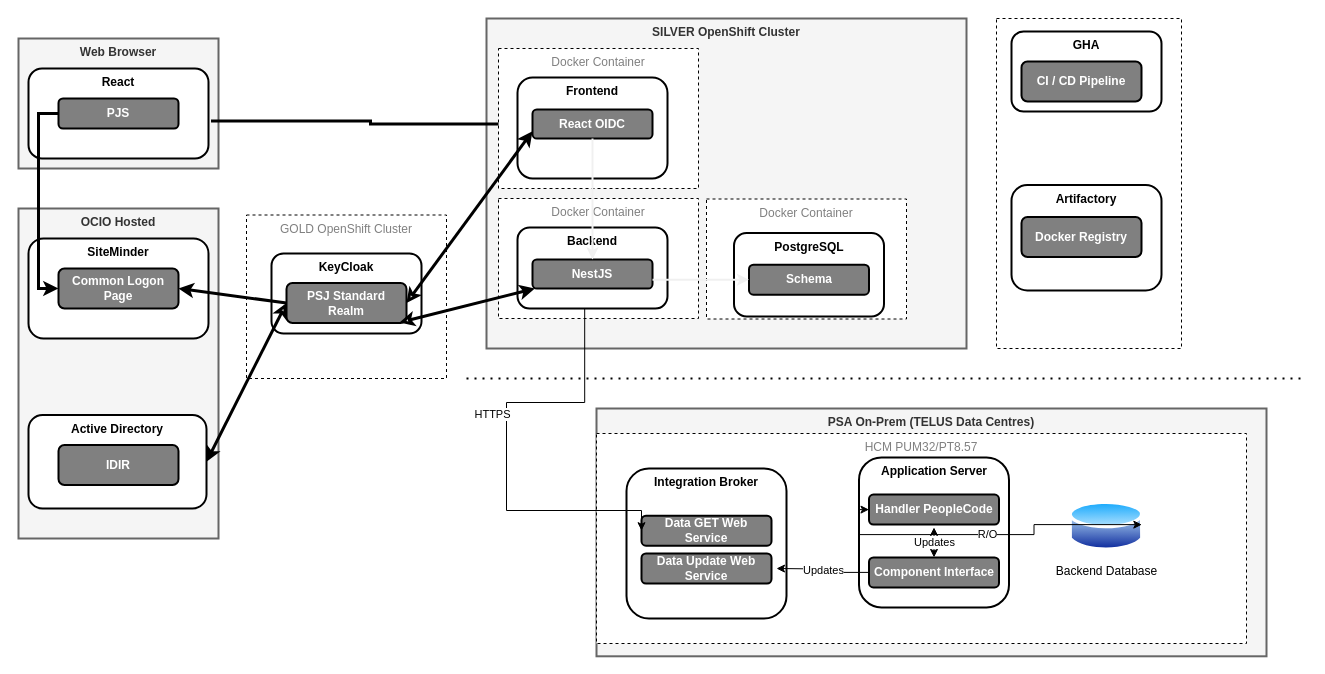
This is page "Current State (2023)" (1 of 3) of docs/architecture/architecture.drawio from bcgov/psa-job-store, a draw.io file, before an edit. Source tidied: cells renumbered, new cells numbered last; positions are measured from the earlier drawing's top-left corner, leaving out a move shared by most shapes. Both pictures are drawn from the tidied source at 100%, with x=0, y=0 at pixel (18, 18).
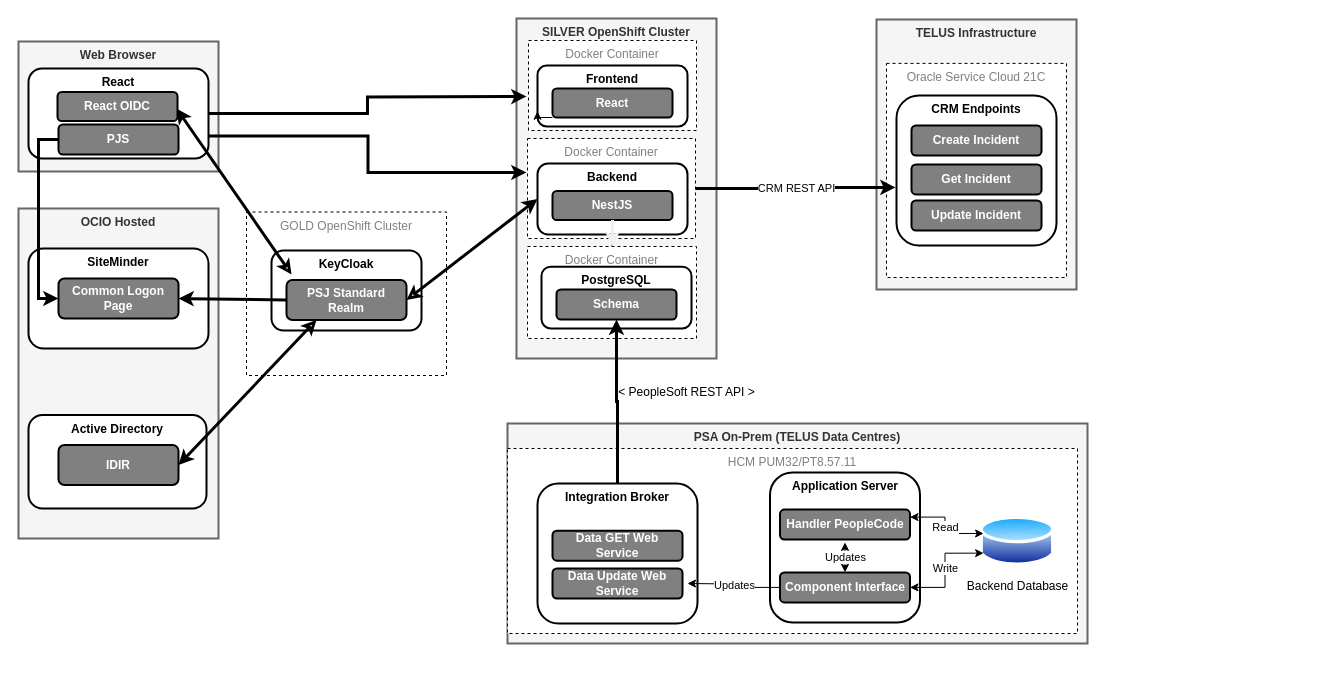
The same page after the edit.

Unchanged cells that the change refers to:
```xml
<mxCell id="4" value="React" style="rounded=1;whiteSpace=wrap;html=1;strokeWidth=2;verticalAlign=top;fontStyle=1;" parent="1" vertex="1">
  <mxGeometry x="10" y="50" width="180" height="90" as="geometry" />
</mxCell>
<mxCell id="17" value="Active Directory" style="rounded=1;whiteSpace=wrap;html=1;strokeWidth=2;verticalAlign=top;fontStyle=1;" parent="1" vertex="1">
  <mxGeometry x="10" y="396.5" width="178" height="93.5" as="geometry" />
</mxCell>
<mxCell id="18" value="IDIR" style="rounded=1;whiteSpace=wrap;html=1;strokeWidth=2;fillColor=#808080;fontColor=#FFFFFF;fontStyle=1;" parent="1" vertex="1">
  <mxGeometry x="40" y="426.5" width="120" height="40" as="geometry" />
</mxCell>
```

Diff of the diagram source:
```diff
@@
-    <mxCell id="2" style="rounded=0;whiteSpace=wrap;html=1;strokeWidth=1;fillColor=#FFFFFF;fontColor=#808080;dashed=1;verticalAlign=top;" parent="1" vertex="1">
-      <mxGeometry x="978" width="185" height="330" as="geometry" />
-    </mxCell>
+    <mxCell id="51" value="TELUS Infrastructure" style="rounded=0;whiteSpace=wrap;html=1;verticalAlign=top;fillColor=#f5f5f5;strokeColor=#666666;fontColor=#333333;strokeWidth=2;fontStyle=1;" parent="1" vertex="1">
+      <mxGeometry x="858" y="1" width="200" height="270" as="geometry" />
+    </mxCell>
     <mxCell id="3" value="Web Browser" style="rounded=0;whiteSpace=wrap;html=1;verticalAlign=top;fillColor=#f5f5f5;strokeColor=#666666;fontColor=#333333;strokeWidth=2;fontStyle=1;" parent="1" vertex="1">
-      <mxGeometry y="20" width="200" height="130" as="geometry" />
+      <mxGeometry y="23" width="200" height="130" as="geometry" />
     </mxCell>
@@
     <mxCell id="5" value="PJS" style="rounded=1;whiteSpace=wrap;html=1;strokeWidth=2;fillColor=#808080;fontColor=#FFFFFF;fontStyle=1;" parent="1" vertex="1">
-      <mxGeometry x="40" y="80" width="120" height="30" as="geometry" />
+      <mxGeometry x="40" y="106" width="120" height="30" as="geometry" />
     </mxCell>
@@
     <mxCell id="7" value="SiteMinder" style="rounded=1;whiteSpace=wrap;html=1;strokeWidth=2;verticalAlign=top;fontStyle=1;" parent="1" vertex="1">
-      <mxGeometry x="10" y="220" width="180" height="100" as="geometry" />
+      <mxGeometry x="10" y="230" width="180" height="100" as="geometry" />
     </mxCell>
     <mxCell id="8" value="Common Logon Page" style="rounded=1;whiteSpace=wrap;html=1;strokeWidth=2;fillColor=#808080;fontColor=#FFFFFF;fontStyle=1;" parent="1" vertex="1">
-      <mxGeometry x="40" y="250" width="120" height="40" as="geometry" />
+      <mxGeometry x="40" y="260" width="120" height="40" as="geometry" />
     </mxCell>
@@
     <mxCell id="10" value="SILVER OpenShift Cluster" style="rounded=0;whiteSpace=wrap;html=1;verticalAlign=top;fillColor=#f5f5f5;strokeColor=#666666;fontColor=#333333;strokeWidth=2;fontStyle=1;" parent="1" vertex="1">
-      <mxGeometry x="468" width="480" height="330" as="geometry" />
+      <mxGeometry x="498" width="200" height="340" as="geometry" />
     </mxCell>
-    <mxCell id="11" style="edgeStyle=orthogonalEdgeStyle;rounded=0;jettySize=auto;html=1;startArrow=classic;startFill=1;endArrow=none;endFill=0;fontColor=#FFFFFF;entryX=1.014;entryY=0.583;entryDx=0;entryDy=0;strokeWidth=3;entryPerimeter=0;exitX=0;exitY=0.5;exitDx=0;exitDy=0;" parent="1" edge="1" source="23" target="4">
-      <mxGeometry relative="1" as="geometry" />
+    <mxCell id="11" style="edgeStyle=orthogonalEdgeStyle;rounded=0;jettySize=auto;html=1;startArrow=classic;startFill=1;endArrow=none;endFill=0;fontColor=#FFFFFF;strokeWidth=3;" parent="1" edge="1" target="4">
+      <mxGeometry relative="1" as="geometry">
+        <mxPoint x="508" y="78" as="sourcePoint" />
+      </mxGeometry>
     </mxCell>
     <mxCell id="12" value="GOLD OpenShift Cluster" style="rounded=0;whiteSpace=wrap;html=1;strokeWidth=1;fillColor=#FFFFFF;fontColor=#808080;dashed=1;verticalAlign=top;" parent="1" vertex="1">
-      <mxGeometry x="228" y="196.5" width="200" height="163.5" as="geometry" />
+      <mxGeometry x="228" y="193.5" width="200" height="163.5" as="geometry" />
     </mxCell>
     <mxCell id="13" value="KeyCloak" style="rounded=1;whiteSpace=wrap;html=1;strokeWidth=2;verticalAlign=top;fontStyle=1;" parent="1" vertex="1">
-      <mxGeometry x="253" y="235" width="150" height="80" as="geometry" />
+      <mxGeometry x="253" y="232" width="150" height="80" as="geometry" />
     </mxCell>
@@
     <mxCell id="15" value="PSJ Standard&lt;br&gt;Realm" style="rounded=1;whiteSpace=wrap;html=1;strokeWidth=2;fillColor=#808080;fontColor=#FFFFFF;fontStyle=1;" parent="1" vertex="1">
-      <mxGeometry x="268" y="264.5" width="120" height="40" as="geometry" />
+      <mxGeometry x="268" y="261.5" width="120" height="40" as="geometry" />
     </mxCell>
     <mxCell id="16" value="Docker Container" style="rounded=0;whiteSpace=wrap;html=1;strokeWidth=1;fillColor=#FFFFFF;fontColor=#808080;dashed=1;verticalAlign=top;" parent="1" vertex="1">
-      <mxGeometry x="480" y="30" width="200" height="140" as="geometry" />
+      <mxGeometry x="510" y="22" width="168" height="90" as="geometry" />
     </mxCell>
@@
-    <mxCell id="19" style="rounded=0;jettySize=auto;html=1;startArrow=classic;startFill=1;endArrow=classic;endFill=0;fontColor=#FFFFFF;entryX=0;entryY=0.5;entryDx=0;entryDy=0;strokeWidth=3;exitX=1;exitY=0.5;exitDx=0;exitDy=0;" parent="1" edge="1" source="17" target="15">
+    <mxCell id="19" style="rounded=0;jettySize=auto;html=1;startArrow=classic;startFill=1;endArrow=classic;endFill=0;fontColor=#FFFFFF;entryX=0.25;entryY=1;entryDx=0;entryDy=0;strokeWidth=3;exitX=1;exitY=0.5;exitDx=0;exitDy=0;" parent="1" edge="1" source="18" target="15">
       <mxGeometry relative="1" as="geometry" />
     </mxCell>
-    <mxCell id="20" value="GHA" style="rounded=1;whiteSpace=wrap;html=1;strokeWidth=2;verticalAlign=top;fontStyle=1;" parent="1" vertex="1">
-      <mxGeometry x="993" y="13" width="150" height="80" as="geometry" />
-    </mxCell>
-    <mxCell id="21" value="CI / CD Pipeline" style="rounded=1;whiteSpace=wrap;html=1;strokeWidth=2;fillColor=#808080;fontColor=#FFFFFF;fontStyle=1;" parent="1" vertex="1">
-      <mxGeometry x="1003" y="43" width="120" height="40" as="geometry" />
-    </mxCell>
     <mxCell id="22" value="Frontend" style="rounded=1;whiteSpace=wrap;html=1;strokeWidth=2;verticalAlign=top;fontStyle=1;" parent="1" vertex="1">
-      <mxGeometry x="499" y="59" width="150" height="101" as="geometry" />
+      <mxGeometry x="519" y="47" width="150" height="61" as="geometry" />
     </mxCell>
+    <mxCell id="52" style="edgeStyle=orthogonalEdgeStyle;rounded=0;jettySize=auto;html=1;exitX=0;exitY=1;exitDx=0;exitDy=0;entryX=0;entryY=0.75;entryDx=0;entryDy=0;" parent="1" edge="1" source="23" target="22">
+      <mxGeometry relative="1" as="geometry" />
+    </mxCell>
-    <mxCell id="23" value="React OIDC" style="rounded=1;whiteSpace=wrap;html=1;strokeWidth=2;fillColor=#808080;fontColor=#FFFFFF;fontStyle=1;" parent="1" vertex="1">
-      <mxGeometry x="514" y="91" width="120" height="29" as="geometry" />
+    <mxCell id="23" value="React" style="rounded=1;whiteSpace=wrap;html=1;strokeWidth=2;fillColor=#808080;fontColor=#FFFFFF;fontStyle=1;" parent="1" vertex="1">
+      <mxGeometry x="534" y="70" width="120" height="29" as="geometry" />
     </mxCell>
-    <mxCell id="24" style="rounded=0;jettySize=auto;html=1;startArrow=classic;startFill=none;endArrow=classic;endFill=0;fontColor=#FFFFFF;entryX=1;entryY=0.5;entryDx=0;entryDy=0;strokeWidth=3;exitX=0;exitY=0.75;exitDx=0;exitDy=0;" parent="1" edge="1" source="23" target="15">
+    <mxCell id="24" style="rounded=0;jettySize=auto;html=1;startArrow=classic;startFill=none;endArrow=classic;endFill=0;fontColor=#FFFFFF;entryX=0.042;entryY=-0.137;entryDx=0;entryDy=0;strokeWidth=3;exitX=0.822;exitY=0.444;exitDx=0;exitDy=0;entryPerimeter=0;exitPerimeter=0;" parent="1" edge="1" source="4" target="15">
       <mxGeometry relative="1" as="geometry" />
     </mxCell>
-    <mxCell id="25" style="edgeStyle=orthogonalEdgeStyle;rounded=0;jettySize=auto;html=1;entryX=0.5;entryY=1;entryDx=0;entryDy=0;" parent="1" edge="1" target="28">
-      <mxGeometry relative="1" as="geometry">
-        <mxPoint x="789.5" y="209.5" as="sourcePoint" />
-      </mxGeometry>
-    </mxCell>
+    <mxCell id="53" style="edgeStyle=orthogonalEdgeStyle;rounded=0;jettySize=auto;html=1;" parent="1" edge="1" source="26" target="33">
+      <mxGeometry relative="1" as="geometry" />
+    </mxCell>
     <mxCell id="26" value="Docker Container" style="rounded=0;whiteSpace=wrap;html=1;strokeWidth=1;fillColor=#FFFFFF;fontColor=#808080;dashed=1;verticalAlign=top;" parent="1" vertex="1">
-      <mxGeometry x="688" y="180.5" width="200" height="120" as="geometry" />
+      <mxGeometry x="509" y="228" width="169" height="92" as="geometry" />
     </mxCell>
     <mxCell id="27" value="PostgreSQL" style="rounded=1;whiteSpace=wrap;html=1;strokeWidth=2;verticalAlign=top;fontStyle=1;" parent="1" vertex="1">
-      <mxGeometry x="715.5" y="214.5" width="150" height="83.5" as="geometry" />
+      <mxGeometry x="523" y="248.2" width="150" height="61.8" as="geometry" />
     </mxCell>
     <mxCell id="28" value="Schema" style="rounded=1;whiteSpace=wrap;html=1;strokeWidth=2;fillColor=#808080;fontColor=#FFFFFF;fontStyle=1;" parent="1" vertex="1">
-      <mxGeometry x="730.5" y="246.2" width="120" height="30" as="geometry" />
+      <mxGeometry x="538" y="271" width="120" height="30" as="geometry" />
     </mxCell>
-    <mxCell id="29" value="Artifactory" style="rounded=1;whiteSpace=wrap;html=1;strokeWidth=2;verticalAlign=top;fontStyle=1;" parent="1" vertex="1">
-      <mxGeometry x="993" y="166.5" width="150" height="105.5" as="geometry" />
-    </mxCell>
-    <mxCell id="30" value="Docker Registry" style="rounded=1;whiteSpace=wrap;html=1;strokeWidth=2;fillColor=#808080;fontColor=#FFFFFF;fontStyle=1;" parent="1" vertex="1">
-      <mxGeometry x="1003" y="198.5" width="120" height="40" as="geometry" />
-    </mxCell>
     <mxCell id="31" value="Docker Container" style="rounded=0;whiteSpace=wrap;html=1;strokeWidth=1;fillColor=#FFFFFF;fontColor=#808080;dashed=1;verticalAlign=top;" parent="1" vertex="1">
-      <mxGeometry x="480" y="180" width="200" height="120" as="geometry" />
+      <mxGeometry x="509" y="120" width="168" height="100" as="geometry" />
     </mxCell>
     <mxCell id="32" value="Backend" style="rounded=1;whiteSpace=wrap;html=1;strokeWidth=2;verticalAlign=top;fontStyle=1;" parent="1" vertex="1">
-      <mxGeometry x="499" y="209" width="150" height="81" as="geometry" />
+      <mxGeometry x="519" y="145" width="150" height="71" as="geometry" />
     </mxCell>
     <mxCell id="33" value="NestJS" style="rounded=1;whiteSpace=wrap;html=1;strokeWidth=2;fillColor=#808080;fontColor=#FFFFFF;fontStyle=1;" parent="1" vertex="1">
-      <mxGeometry x="514" y="241" width="120" height="29" as="geometry" />
+      <mxGeometry x="534" y="172.5" width="120" height="29" as="geometry" />
     </mxCell>
-    <mxCell id="34" style="rounded=0;jettySize=auto;html=1;exitX=1;exitY=0.7;exitDx=0;exitDy=0;entryX=0;entryY=0.5;entryDx=0;entryDy=0;strokeColor=#f0f0f0;exitPerimeter=0;strokeWidth=2;startArrow=none;startFill=0;" parent="1" edge="1" source="33" target="28">
+    <mxCell id="34" style="rounded=0;jettySize=auto;html=1;exitX=0.5;exitY=1;exitDx=0;exitDy=0;strokeColor=#f0f0f0;strokeWidth=3;startArrow=none;startFill=0;" parent="1" edge="1" source="33" target="26">
       <mxGeometry relative="1" as="geometry" />
     </mxCell>
     <mxCell id="35" value="PSA On-Prem (TELUS Data Centres)" style="rounded=0;whiteSpace=wrap;html=1;verticalAlign=top;fillColor=#f5f5f5;strokeColor=#666666;fontColor=#333333;strokeWidth=2;fontStyle=1;" parent="1" vertex="1">
-      <mxGeometry x="578" y="390" width="670" height="247.8" as="geometry" />
+      <mxGeometry x="489" y="405" width="580" height="220" as="geometry" />
     </mxCell>
-    <mxCell id="36" value="HCM&amp;nbsp;PUM32/PT8.57" style="rounded=0;whiteSpace=wrap;html=1;strokeWidth=1;fillColor=#FFFFFF;fontColor=#808080;dashed=1;verticalAlign=top;" parent="1" vertex="1">
-      <mxGeometry x="578" y="415" width="650" height="210" as="geometry" />
+    <mxCell id="36" value="HCM&amp;nbsp;PUM32/PT8.57.11" style="rounded=0;whiteSpace=wrap;html=1;strokeWidth=1;fillColor=#FFFFFF;fontColor=#808080;dashed=1;verticalAlign=top;" parent="1" vertex="1">
+      <mxGeometry x="489" y="430" width="570" height="185" as="geometry" />
     </mxCell>
     <mxCell id="37" value="Application Server" style="rounded=1;whiteSpace=wrap;html=1;strokeWidth=2;verticalAlign=top;fontStyle=1;" parent="1" vertex="1">
-      <mxGeometry x="840.5" y="438.9" width="150" height="150" as="geometry" />
+      <mxGeometry x="751.5" y="453.9" width="150" height="150" as="geometry" />
     </mxCell>
     <mxCell id="38" value="Backend Database" style="image;perimeter=ellipsePerimeter;html=1;align=center;shadow=0;dashed=0;spacingTop=3;image=img/lib/active_directory/database.svg;" parent="1" vertex="1">
-      <mxGeometry x="1050.5" y="480" width="75" height="55.5" as="geometry" />
+      <mxGeometry x="961.5" y="495" width="75" height="55.5" as="geometry" />
     </mxCell>
-    <mxCell id="39" style="rounded=0;jettySize=auto;html=1;exitX=0.5;exitY=1;exitDx=0;exitDy=0;entryX=0.5;entryY=0;entryDx=0;entryDy=0;strokeColor=#f0f0f0;strokeWidth=2;startArrow=none;startFill=0;" parent="1" edge="1" source="23" target="33">
-      <mxGeometry relative="1" as="geometry" />
-    </mxCell>
     <mxCell id="40" value="Integration Broker" style="rounded=1;whiteSpace=wrap;html=1;strokeWidth=2;verticalAlign=top;fontStyle=1;" parent="1" vertex="1">
-      <mxGeometry x="608" y="450" width="160" height="150" as="geometry" />
+      <mxGeometry x="519" y="465" width="160" height="140" as="geometry" />
     </mxCell>
     <mxCell id="41" value="Handler PeopleCode" style="rounded=1;whiteSpace=wrap;html=1;strokeWidth=2;fillColor=#808080;fontColor=#FFFFFF;fontStyle=1;" parent="1" vertex="1">
-      <mxGeometry x="850.5" y="476.1" width="130" height="30" as="geometry" />
+      <mxGeometry x="761.5" y="491.1" width="130" height="30" as="geometry" />
     </mxCell>
     <mxCell id="42" value="Data GET Web Service" style="rounded=1;whiteSpace=wrap;html=1;strokeWidth=2;fillColor=#808080;fontColor=#FFFFFF;fontStyle=1;" parent="1" vertex="1">
-      <mxGeometry x="623" y="497.2" width="130" height="30" as="geometry" />
+      <mxGeometry x="534" y="512.2" width="130" height="30" as="geometry" />
     </mxCell>
-    <mxCell id="43" value="HTTPS" style="endArrow=classic;html=1;rounded=0;entryX=0;entryY=0.5;entryDx=0;entryDy=0;exitX=0.448;exitY=1.003;exitDx=0;exitDy=0;exitPerimeter=0;edgeStyle=orthogonalEdgeStyle;" parent="1" edge="1" source="32" target="42">
-      <mxGeometry x="-0.16" y="-14" relative="1" as="geometry">
-        <Array as="points">
-          <mxPoint x="566" y="384" />
-          <mxPoint x="488" y="384" />
-          <mxPoint x="488" y="492" />
-          <mxPoint x="623" y="492" />
-        </Array>
-        <mxPoint y="1" as="offset" />
-      </mxGeometry>
-    </mxCell>
     <mxCell id="44" value="Data Update Web Service" style="rounded=1;whiteSpace=wrap;html=1;strokeWidth=2;fillColor=#808080;fontColor=#FFFFFF;fontStyle=1;" parent="1" vertex="1">
-      <mxGeometry x="623" y="535" width="130" height="30" as="geometry" />
+      <mxGeometry x="534" y="550" width="130" height="30" as="geometry" />
     </mxCell>
     <mxCell id="45" value="Updates" style="edgeStyle=orthogonalEdgeStyle;rounded=0;jettySize=auto;html=1;" parent="1" edge="1" source="46">
       <mxGeometry relative="1" as="geometry">
-        <mxPoint x="758" y="550" as="targetPoint" />
+        <mxPoint x="669" y="565" as="targetPoint" />
       </mxGeometry>
     </mxCell>
     <mxCell id="46" value="Component Interface" style="rounded=1;whiteSpace=wrap;html=1;strokeWidth=2;fillColor=#808080;fontColor=#FFFFFF;fontStyle=1;" parent="1" vertex="1">
-      <mxGeometry x="850.5" y="538.9" width="130" height="30" as="geometry" />
+      <mxGeometry x="761.5" y="553.9" width="130" height="30" as="geometry" />
     </mxCell>
-    <mxCell id="47" value="R/O" style="endArrow=classic;startArrow=classic;html=1;rounded=0;entryX=0;entryY=0.5;entryDx=0;entryDy=0;exitX=0.971;exitY=0.471;exitDx=0;exitDy=0;exitPerimeter=0;edgeStyle=orthogonalEdgeStyle;" parent="1" edge="1" source="38" target="41">
+    <mxCell id="47" value="Read" style="endArrow=classic;startArrow=classic;html=1;rounded=0;entryX=1;entryY=0.25;entryDx=0;entryDy=0;exitX=0.048;exitY=0.36;exitDx=0;exitDy=0;edgeStyle=orthogonalEdgeStyle;exitPerimeter=0;" parent="1" edge="1" source="38" target="41">
       <mxGeometry relative="1" as="geometry" />
     </mxCell>
     <mxCell id="48" value="Updates" style="endArrow=classic;startArrow=classic;html=1;rounded=0;exitX=0.5;exitY=0;exitDx=0;exitDy=0;" parent="1" edge="1" source="46">
       <mxGeometry relative="1" as="geometry">
-        <mxPoint x="915.5" y="508.9" as="targetPoint" />
+        <mxPoint x="826.5" y="523.9" as="targetPoint" />
       </mxGeometry>
     </mxCell>
-    <mxCell id="49" style="rounded=0;jettySize=auto;html=1;startArrow=classic;startFill=none;endArrow=classic;endFill=0;fontColor=#FFFFFF;entryX=0.942;entryY=0.988;entryDx=0;entryDy=0;strokeWidth=3;entryPerimeter=0;" parent="1" edge="1" source="33" target="15">
+    <mxCell id="49" style="rounded=0;jettySize=auto;html=1;startArrow=classic;startFill=none;endArrow=classic;endFill=0;fontColor=#FFFFFF;entryX=1;entryY=0.5;entryDx=0;entryDy=0;strokeWidth=3;exitX=0;exitY=0.5;exitDx=0;exitDy=0;" parent="1" edge="1" source="32" target="15">
       <mxGeometry relative="1" as="geometry" />
     </mxCell>
-    <mxCell id="50" style="endArrow=none;dashed=1;html=1;dashPattern=1 3;strokeWidth=2;rounded=0;" parent="1" edge="1">
-      <mxGeometry relative="1" as="geometry">
-        <mxPoint x="448" y="360" as="sourcePoint" />
-        <mxPoint x="1288" y="360" as="targetPoint" />
-      </mxGeometry>
-    </mxCell>
+    <mxCell id="54" style="edgeStyle=orthogonalEdgeStyle;rounded=0;jettySize=auto;html=1;strokeWidth=3;exitX=0.5;exitY=0;exitDx=0;exitDy=0;" parent="1" edge="1" source="40" target="28">
+      <mxGeometry relative="1" as="geometry" />
+    </mxCell>
+    <mxCell id="55" value="&lt;font style=&quot;font-size: 12px; font-weight: normal;&quot;&gt;&amp;lt; PeopleSoft REST API &amp;gt;&lt;/font&gt;" style="text;strokeColor=none;fillColor=none;html=1;fontSize=24;fontStyle=1;verticalAlign=middle;align=center;" parent="1" vertex="1">
+      <mxGeometry x="618" y="350" width="100" height="40" as="geometry" />
+    </mxCell>
+    <mxCell id="56" value="Write" style="endArrow=classic;startArrow=classic;html=1;rounded=0;entryX=1;entryY=0.5;entryDx=0;entryDy=0;exitX=0;exitY=0.75;exitDx=0;exitDy=0;edgeStyle=orthogonalEdgeStyle;" parent="1" edge="1" source="38" target="46">
+      <mxGeometry relative="1" as="geometry" />
+    </mxCell>
+    <mxCell id="57" value="Oracle Service Cloud 21C" style="rounded=0;whiteSpace=wrap;html=1;strokeWidth=1;fillColor=#FFFFFF;fontColor=#808080;dashed=1;verticalAlign=top;" parent="1" vertex="1">
+      <mxGeometry x="868" y="44.9" width="180" height="214.1" as="geometry" />
+    </mxCell>
+    <mxCell id="58" value="CRM Endpoints" style="rounded=1;whiteSpace=wrap;html=1;strokeWidth=2;verticalAlign=top;fontStyle=1;" parent="1" vertex="1">
+      <mxGeometry x="878" y="77" width="160" height="150" as="geometry" />
+    </mxCell>
+    <mxCell id="59" value="CRM REST API" style="edgeStyle=orthogonalEdgeStyle;rounded=0;jettySize=auto;html=1;strokeWidth=3;exitX=1;exitY=0.5;exitDx=0;exitDy=0;entryX=-0.006;entryY=0.613;entryDx=0;entryDy=0;entryPerimeter=0;" parent="1" edge="1" source="31" target="58">
+      <mxGeometry relative="1" as="geometry" />
+    </mxCell>
+    <mxCell id="60" value="Create Incident" style="rounded=1;whiteSpace=wrap;html=1;strokeWidth=2;fillColor=#808080;fontColor=#FFFFFF;fontStyle=1;" parent="1" vertex="1">
+      <mxGeometry x="893" y="107" width="130" height="30" as="geometry" />
+    </mxCell>
+    <mxCell id="61" value="Get Incident" style="rounded=1;whiteSpace=wrap;html=1;strokeWidth=2;fillColor=#808080;fontColor=#FFFFFF;fontStyle=1;" parent="1" vertex="1">
+      <mxGeometry x="893" y="145.9" width="130" height="30" as="geometry" />
+    </mxCell>
+    <mxCell id="62" value="Update Incident" style="rounded=1;whiteSpace=wrap;html=1;strokeWidth=2;fillColor=#808080;fontColor=#FFFFFF;fontStyle=1;" parent="1" vertex="1">
+      <mxGeometry x="893" y="182" width="130" height="30" as="geometry" />
+    </mxCell>
+    <mxCell id="63" value="React OIDC" style="rounded=1;whiteSpace=wrap;html=1;strokeWidth=2;fillColor=#808080;fontColor=#FFFFFF;fontStyle=1;" parent="1" vertex="1">
+      <mxGeometry x="39" y="73.5" width="120" height="29" as="geometry" />
+    </mxCell>
+    <mxCell id="64" style="edgeStyle=orthogonalEdgeStyle;rounded=0;jettySize=auto;html=1;startArrow=classic;startFill=1;endArrow=none;endFill=0;fontColor=#FFFFFF;strokeWidth=3;exitX=-0.006;exitY=0.34;exitDx=0;exitDy=0;exitPerimeter=0;entryX=1;entryY=0.75;entryDx=0;entryDy=0;" parent="1" edge="1" source="31" target="4">
+      <mxGeometry relative="1" as="geometry" />
+    </mxCell>
```
